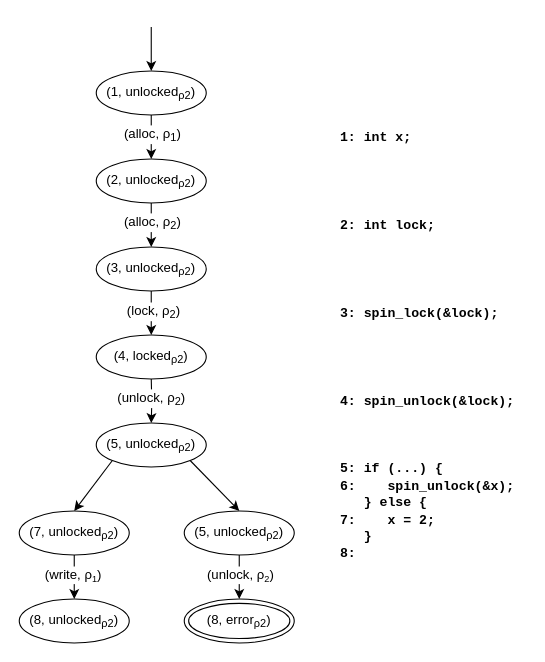
This is algorithm/figures/cfg_unlock-product.drawio from andersfischernielsen/Finding-Resource-Manipulation-Bugs-with-Monitor-Automata-on-the-Example-of-the-Linux-Kernel, a draw.io file, before an edit. Source tidied: cells renumbered, new cells numbered last; positions are measured from the earlier drawing's top-left corner, leaving out a move shared by most shapes. Both pictures are drawn from the tidied source at 110%, with x=0, y=0 at pixel (19, 26).
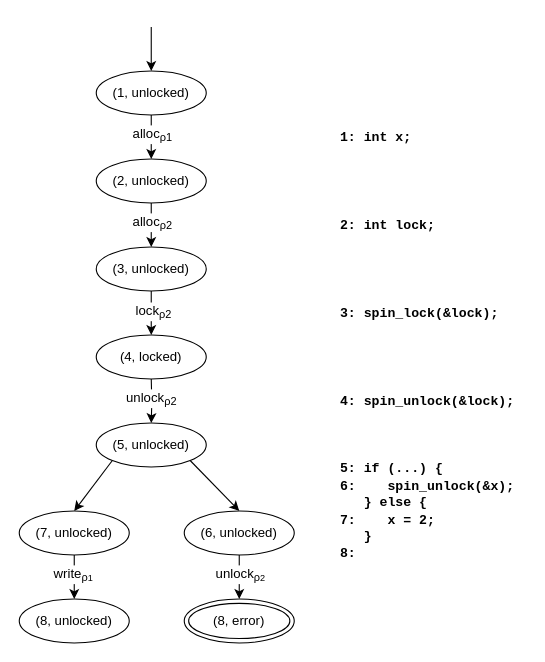
After the change.

The change refers to these unchanged cells:
```xml
<mxCell id="12" style="rounded=0;jettySize=auto;html=1;exitX=0.5;exitY=1;exitDx=0;exitDy=0;fontSize=10;entryX=0.5;entryY=0;entryDx=0;entryDy=0;" parent="1" edge="1" source="8" target="25">
  <mxGeometry relative="1" as="geometry" />
</mxCell>
<mxCell id="14" style="rounded=0;jettySize=auto;html=1;exitX=0.5;exitY=1;exitDx=0;exitDy=0;fontSize=10;entryX=0.5;entryY=0;entryDx=0;entryDy=0;" parent="1" edge="1" target="11">
  <mxGeometry relative="1" as="geometry">
    <mxPoint x="200" y="480" as="sourcePoint" />
  </mxGeometry>
</mxCell>
<mxCell id="16" style="endArrow=classic;html=1;exitX=0.5;exitY=1;exitDx=0;exitDy=0;entryX=0.5;entryY=0;entryDx=0;entryDy=0;" parent="1" edge="1" target="28">
  <mxGeometry relative="1" as="geometry">
    <mxPoint x="120" y="160" as="sourcePoint" />
  </mxGeometry>
</mxCell>
<mxCell id="18" style="endArrow=classic;html=1;exitX=0.5;exitY=1;exitDx=0;exitDy=0;entryX=0.5;entryY=0;entryDx=0;entryDy=0;" parent="1" edge="1" target="27">
  <mxGeometry relative="1" as="geometry">
    <mxPoint x="120" y="240" as="sourcePoint" />
  </mxGeometry>
</mxCell>
<mxCell id="20" style="edgeStyle=orthogonalEdgeStyle;rounded=0;jettySize=auto;html=1;exitX=0.5;exitY=1;exitDx=0;exitDy=0;entryX=0.5;entryY=0;entryDx=0;entryDy=0;fontSize=10;" parent="1" edge="1" target="26">
  <mxGeometry relative="1" as="geometry">
    <mxPoint x="120" y="320" as="sourcePoint" />
  </mxGeometry>
</mxCell>
<mxCell id="22" style="endArrow=classic;html=1;exitX=0.5;exitY=1;exitDx=0;exitDy=0;entryX=0.5;entryY=0;entryDx=0;entryDy=0;" parent="1" edge="1" target="29">
  <mxGeometry relative="1" as="geometry">
    <mxPoint x="120" y="80" as="sourcePoint" />
  </mxGeometry>
</mxCell>
```

Diff of the diagram source:
```diff
@@
-    <mxCell id="8" value="&lt;font style=&quot;font-size: 12px&quot;&gt;(7, unlocked&lt;sub&gt;ρ2&lt;/sub&gt;)&lt;/font&gt;" style="ellipse;whiteSpace=wrap;html=1;fontSize=10;fontStyle=0;verticalAlign=middle;spacingTop=0;" parent="1" vertex="1">
+    <mxCell id="8" value="&lt;font style=&quot;font-size: 12px&quot;&gt;(7, unlocked)&lt;/font&gt;" style="ellipse;whiteSpace=wrap;html=1;fontSize=10;fontStyle=0;verticalAlign=middle;spacingTop=0;" parent="1" vertex="1">
       <mxGeometry y="440" width="100" height="40" as="geometry" />
     </mxCell>
@@
-    <mxCell id="11" value="&lt;font style=&quot;font-size: 12px&quot;&gt;&lt;span style=&quot;white-space: normal&quot;&gt;(8, error&lt;/span&gt;&lt;span style=&quot;white-space: normal&quot;&gt;&lt;sub&gt;ρ2&lt;/sub&gt;)&lt;/span&gt;&lt;/font&gt;" style="ellipse;shape=doubleEllipse;whiteSpace=wrap;html=1;fontSize=10;fontStyle=0;verticalAlign=middle;spacingTop=0;" parent="1" vertex="1">
+    <mxCell id="11" value="&lt;font style=&quot;font-size: 12px&quot;&gt;&lt;span style=&quot;white-space: normal&quot;&gt;(8, error&lt;/span&gt;&lt;span style=&quot;white-space: normal&quot;&gt;)&lt;/span&gt;&lt;/font&gt;" style="ellipse;shape=doubleEllipse;whiteSpace=wrap;html=1;fontSize=10;fontStyle=0;verticalAlign=middle;spacingTop=0;" parent="1" vertex="1">
       <mxGeometry x="150" y="520" width="100" height="40" as="geometry" />
     </mxCell>
@@
-    <mxCell id="13" value="&lt;span style=&quot;font-size: 12px&quot;&gt;(write,&amp;nbsp;ρ&lt;/span&gt;&lt;sub&gt;1&lt;/sub&gt;&lt;span style=&quot;font-size: 12px&quot;&gt;)&lt;/span&gt;" style="text;html=1;align=center;verticalAlign=middle;labelBackgroundColor=#ffffff;fontSize=10;" parent="12" vertex="1">
+    <mxCell id="13" value="&lt;span style=&quot;font-size: 12px&quot;&gt;write&lt;sub&gt;ρ&lt;/sub&gt;&lt;/span&gt;&lt;sub&gt;1&lt;/sub&gt;" style="text;html=1;align=center;verticalAlign=middle;labelBackgroundColor=#ffffff;fontSize=10;" parent="12" vertex="1">
       <mxGeometry x="-0.14" y="-2" relative="1" as="geometry" />
     </mxCell>
@@
-    <mxCell id="15" value="&lt;span style=&quot;font-size: 12px&quot;&gt;(unlock,&amp;nbsp;ρ&lt;/span&gt;&lt;sub&gt;2&lt;/sub&gt;&lt;span style=&quot;font-size: 12px&quot;&gt;)&lt;/span&gt;" style="text;html=1;align=center;verticalAlign=middle;labelBackgroundColor=#ffffff;fontSize=10;" parent="14" vertex="1">
+    <mxCell id="15" value="&lt;span style=&quot;font-size: 12px&quot;&gt;unlock&lt;sub&gt;ρ&lt;/sub&gt;&lt;/span&gt;&lt;sub&gt;2&lt;/sub&gt;" style="text;html=1;align=center;verticalAlign=middle;labelBackgroundColor=#ffffff;fontSize=10;" parent="14" vertex="1">
       <mxGeometry x="-0.12" y="1" relative="1" as="geometry">
         <mxPoint x="-1" y="-1" as="offset" />
       </mxGeometry>
     </mxCell>
@@
-    <mxCell id="17" value="(alloc, ρ&lt;sub&gt;2&lt;/sub&gt;)" style="text;html=1;align=center;verticalAlign=middle;labelBackgroundColor=#ffffff;" parent="16" vertex="1">
+    <mxCell id="17" value="alloc&lt;sub&gt;ρ2&lt;/sub&gt;" style="text;html=1;align=center;verticalAlign=middle;labelBackgroundColor=#ffffff;" parent="16" vertex="1">
       <mxGeometry x="-0.4" y="1" relative="1" as="geometry">
         <mxPoint x="-1" y="5" as="offset" />
       </mxGeometry>
     </mxCell>
@@
-    <mxCell id="19" value="(lock, ρ&lt;sub&gt;2&lt;/sub&gt;)" style="text;html=1;align=center;verticalAlign=middle;labelBackgroundColor=#ffffff;" parent="18" vertex="1">
+    <mxCell id="19" value="lock&lt;sub&gt;ρ2&lt;/sub&gt;" style="text;html=1;align=center;verticalAlign=middle;labelBackgroundColor=#ffffff;" parent="18" vertex="1">
       <mxGeometry x="-0.2" y="1" relative="1" as="geometry">
         <mxPoint y="2" as="offset" />
       </mxGeometry>
     </mxCell>
@@
-    <mxCell id="21" value="&lt;span style=&quot;font-size: 12px&quot;&gt;(unlock, ρ&lt;sub&gt;2&lt;/sub&gt;)&lt;/span&gt;" style="text;html=1;align=center;verticalAlign=middle;labelBackgroundColor=#ffffff;fontSize=10;" parent="20" vertex="1">
+    <mxCell id="21" value="&lt;span style=&quot;font-size: 12px&quot;&gt;unlock&lt;sub&gt;ρ2&lt;/sub&gt;&lt;/span&gt;" style="text;html=1;align=center;verticalAlign=middle;labelBackgroundColor=#ffffff;fontSize=10;" parent="20" vertex="1">
       <mxGeometry x="-0.15" y="-1" relative="1" as="geometry" />
     </mxCell>
@@
-    <mxCell id="23" value="(alloc, ρ&lt;sub&gt;1&lt;/sub&gt;)" style="text;html=1;align=center;verticalAlign=middle;labelBackgroundColor=#ffffff;" parent="22" vertex="1">
+    <mxCell id="23" value="alloc&lt;sub&gt;ρ1&lt;/sub&gt;" style="text;html=1;align=center;verticalAlign=middle;labelBackgroundColor=#ffffff;" parent="22" vertex="1">
       <mxGeometry x="-0.05" relative="1" as="geometry">
         <mxPoint y="-2" as="offset" />
       </mxGeometry>
     </mxCell>
@@
-    <mxCell id="25" value="&lt;font style=&quot;font-size: 12px&quot;&gt;(8,&amp;nbsp;unlocked&lt;sub&gt;ρ2&lt;/sub&gt;)&lt;/font&gt;" style="ellipse;whiteSpace=wrap;html=1;fontSize=10;fontStyle=0;verticalAlign=middle;spacingTop=0;" parent="1" vertex="1">
+    <mxCell id="25" value="&lt;font style=&quot;font-size: 12px&quot;&gt;(8,&amp;nbsp;unlocked)&lt;/font&gt;" style="ellipse;whiteSpace=wrap;html=1;fontSize=10;fontStyle=0;verticalAlign=middle;spacingTop=0;" parent="1" vertex="1">
       <mxGeometry y="520" width="100" height="40" as="geometry" />
     </mxCell>
-    <mxCell id="26" value="&lt;font style=&quot;font-size: 12px&quot;&gt;(5,&amp;nbsp;unlocked&lt;sub&gt;ρ2&lt;/sub&gt;)&lt;/font&gt;" style="ellipse;whiteSpace=wrap;html=1;fontSize=10;fontStyle=0;verticalAlign=middle;spacingTop=0;" parent="1" vertex="1">
+    <mxCell id="26" value="&lt;font style=&quot;font-size: 12px&quot;&gt;(5,&amp;nbsp;unlocked)&lt;/font&gt;" style="ellipse;whiteSpace=wrap;html=1;fontSize=10;fontStyle=0;verticalAlign=middle;spacingTop=0;" parent="1" vertex="1">
       <mxGeometry x="70" y="360" width="100" height="40" as="geometry" />
     </mxCell>
-    <mxCell id="27" value="&lt;font style=&quot;font-size: 12px&quot;&gt;(4, locked&lt;sub&gt;ρ2&lt;/sub&gt;)&lt;/font&gt;" style="ellipse;whiteSpace=wrap;html=1;fontSize=10;fontStyle=0;verticalAlign=middle;spacingTop=0;" parent="1" vertex="1">
+    <mxCell id="27" value="&lt;font style=&quot;font-size: 12px&quot;&gt;(4, locked)&lt;/font&gt;" style="ellipse;whiteSpace=wrap;html=1;fontSize=10;fontStyle=0;verticalAlign=middle;spacingTop=0;" parent="1" vertex="1">
       <mxGeometry x="70" y="280" width="100" height="40" as="geometry" />
     </mxCell>
-    <mxCell id="28" value="&lt;font style=&quot;font-size: 12px&quot;&gt;(3,&amp;nbsp;unlocked&lt;sub&gt;ρ2&lt;/sub&gt;&lt;/font&gt;&lt;span style=&quot;font-size: 12px&quot;&gt;)&lt;/span&gt;" style="ellipse;whiteSpace=wrap;html=1;fontSize=10;fontStyle=0;verticalAlign=middle;spacingTop=0;" parent="1" vertex="1">
+    <mxCell id="28" value="&lt;font style=&quot;font-size: 12px&quot;&gt;(3,&amp;nbsp;unlocked&lt;/font&gt;&lt;span style=&quot;font-size: 12px&quot;&gt;)&lt;/span&gt;" style="ellipse;whiteSpace=wrap;html=1;fontSize=10;fontStyle=0;verticalAlign=middle;spacingTop=0;" parent="1" vertex="1">
       <mxGeometry x="70" y="200" width="100" height="40" as="geometry" />
     </mxCell>
-    <mxCell id="29" value="&lt;font style=&quot;font-size: 12px&quot;&gt;(2,&amp;nbsp;unlocked&lt;sub&gt;ρ2&lt;/sub&gt;&lt;/font&gt;&lt;span style=&quot;font-size: 12px&quot;&gt;)&lt;/span&gt;" style="ellipse;whiteSpace=wrap;html=1;fontSize=10;fontStyle=0;verticalAlign=middle;spacingTop=0;" parent="1" vertex="1">
+    <mxCell id="29" value="&lt;font style=&quot;font-size: 12px&quot;&gt;(2,&amp;nbsp;unlocked&lt;/font&gt;&lt;span style=&quot;font-size: 12px&quot;&gt;)&lt;/span&gt;" style="ellipse;whiteSpace=wrap;html=1;fontSize=10;fontStyle=0;verticalAlign=middle;spacingTop=0;" parent="1" vertex="1">
       <mxGeometry x="70" y="120" width="100" height="40" as="geometry" />
     </mxCell>
-    <mxCell id="30" value="&lt;font style=&quot;font-size: 12px&quot;&gt;(1,&amp;nbsp;unlocked&lt;sub&gt;ρ2&lt;/sub&gt;)&lt;/font&gt;" style="ellipse;whiteSpace=wrap;html=1;fontSize=10;fontStyle=0;verticalAlign=middle;spacingTop=0;" parent="1" vertex="1">
+    <mxCell id="30" value="&lt;font style=&quot;font-size: 12px&quot;&gt;(1,&amp;nbsp;unlocked)&lt;/font&gt;" style="ellipse;whiteSpace=wrap;html=1;fontSize=10;fontStyle=0;verticalAlign=middle;spacingTop=0;" parent="1" vertex="1">
       <mxGeometry x="70" y="40" width="100" height="40" as="geometry" />
     </mxCell>
-    <mxCell id="31" value="&lt;font style=&quot;font-size: 12px&quot;&gt;(5,&amp;nbsp;unlocked&lt;sub&gt;ρ2&lt;/sub&gt;)&lt;/font&gt;" style="ellipse;whiteSpace=wrap;html=1;fontSize=10;fontStyle=0;verticalAlign=middle;spacingTop=0;" parent="1" vertex="1">
+    <mxCell id="31" value="&lt;font style=&quot;font-size: 12px&quot;&gt;(6,&amp;nbsp;unlocked)&lt;/font&gt;" style="ellipse;whiteSpace=wrap;html=1;fontSize=10;fontStyle=0;verticalAlign=middle;spacingTop=0;" parent="1" vertex="1">
       <mxGeometry x="150" y="440" width="100" height="40" as="geometry" />
     </mxCell>
```
